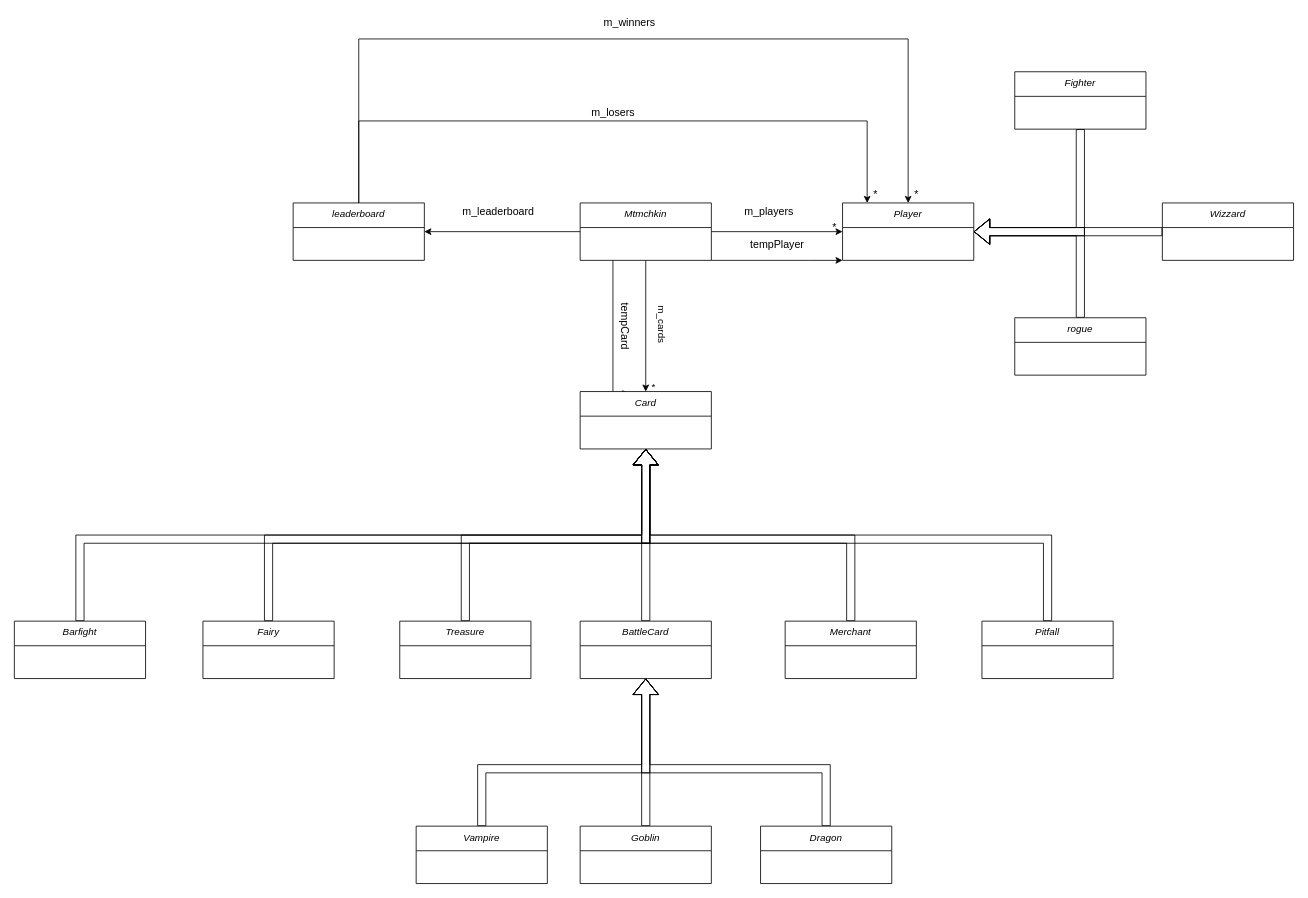
Earlier version of the draw.io diagram hw_4_uml.drawio (tomash516/diagram). Source tidied: cells renumbered, new cells numbered last; positions are measured from the earlier drawing's top-left corner, leaving out a move shared by most shapes. Both pictures are drawn from the tidied source at 82%, with x=0, y=0 at pixel (14, 14).
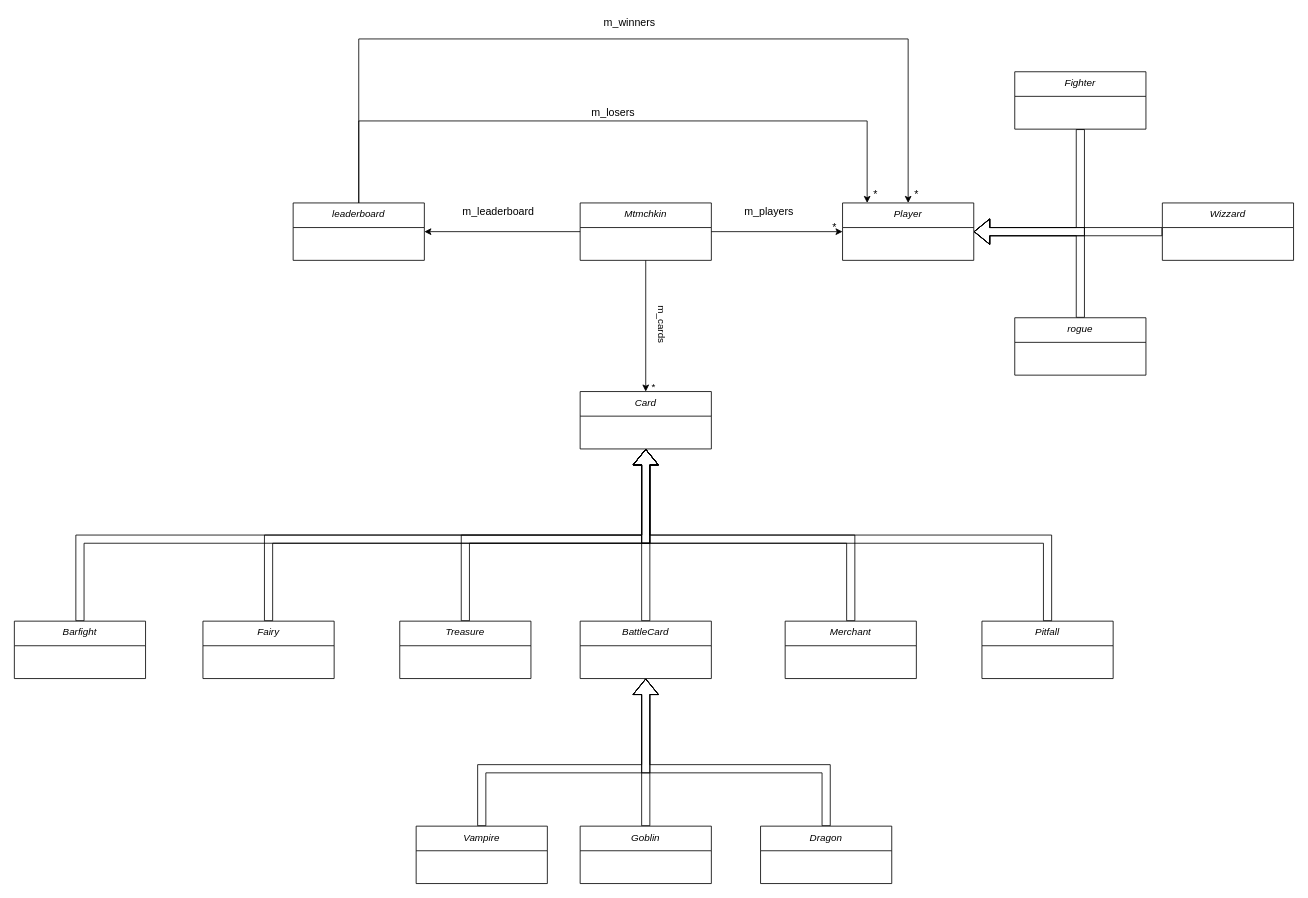
The same diagram, later.

Unchanged cells that the change refers to:
```xml
<mxCell id="7" value="Mtmchkin" style="swimlane;fontStyle=2;align=center;verticalAlign=top;horizontal=1;startSize=30;rounded=0;shadow=0;strokeWidth=1;" parent="1" vertex="1">
  <mxGeometry x="690" y="230" width="160" height="70" as="geometry" />
</mxCell>
<mxCell id="11" value="Player" style="swimlane;fontStyle=2;align=center;verticalAlign=top;horizontal=1;startSize=30;rounded=0;shadow=0;strokeWidth=1;" parent="1" vertex="1">
  <mxGeometry x="1010" y="230" width="160" height="70" as="geometry" />
</mxCell>
<mxCell id="14" value="*" style="text;html=1;strokeColor=none;fillColor=none;align=center;verticalAlign=middle;whiteSpace=wrap;rounded=0;" parent="1" vertex="1">
  <mxGeometry x="750" y="440" width="60" height="30" as="geometry" />
</mxCell>
```

Diff of the diagram source:
```diff
@@
-    <mxCell id="5" style="edgeStyle=orthogonalEdgeStyle;rounded=0;jettySize=auto;html=1;entryX=0;entryY=0.75;entryDx=0;entryDy=0;fontSize=13;" parent="1" edge="1" source="7" target="14">
-      <mxGeometry relative="1" as="geometry">
-        <Array as="points">
-          <mxPoint x="730" y="463" />
-        </Array>
-      </mxGeometry>
-    </mxCell>
-    <mxCell id="6" style="edgeStyle=orthogonalEdgeStyle;rounded=0;jettySize=auto;html=1;entryX=0;entryY=1;entryDx=0;entryDy=0;fontSize=13;" parent="1" edge="1" source="7" target="11">
-      <mxGeometry relative="1" as="geometry">
-        <Array as="points">
-          <mxPoint x="970" y="300" />
-          <mxPoint x="970" y="300" />
-        </Array>
-      </mxGeometry>
-    </mxCell>
@@
-    <mxCell id="46" value="tempCard" style="text;html=1;align=center;verticalAlign=middle;strokeColor=none;fillColor=none;fontSize=13;rotation=90;" parent="1" vertex="1">
-      <mxGeometry x="710" y="370" width="70" height="20" as="geometry" />
-    </mxCell>
-    <mxCell id="47" value="tempPlayer" style="text;html=1;align=center;verticalAlign=middle;strokeColor=none;fillColor=none;fontSize=13;" parent="1" vertex="1">
-      <mxGeometry x="890" y="270" width="80" height="20" as="geometry" />
-    </mxCell>
```
